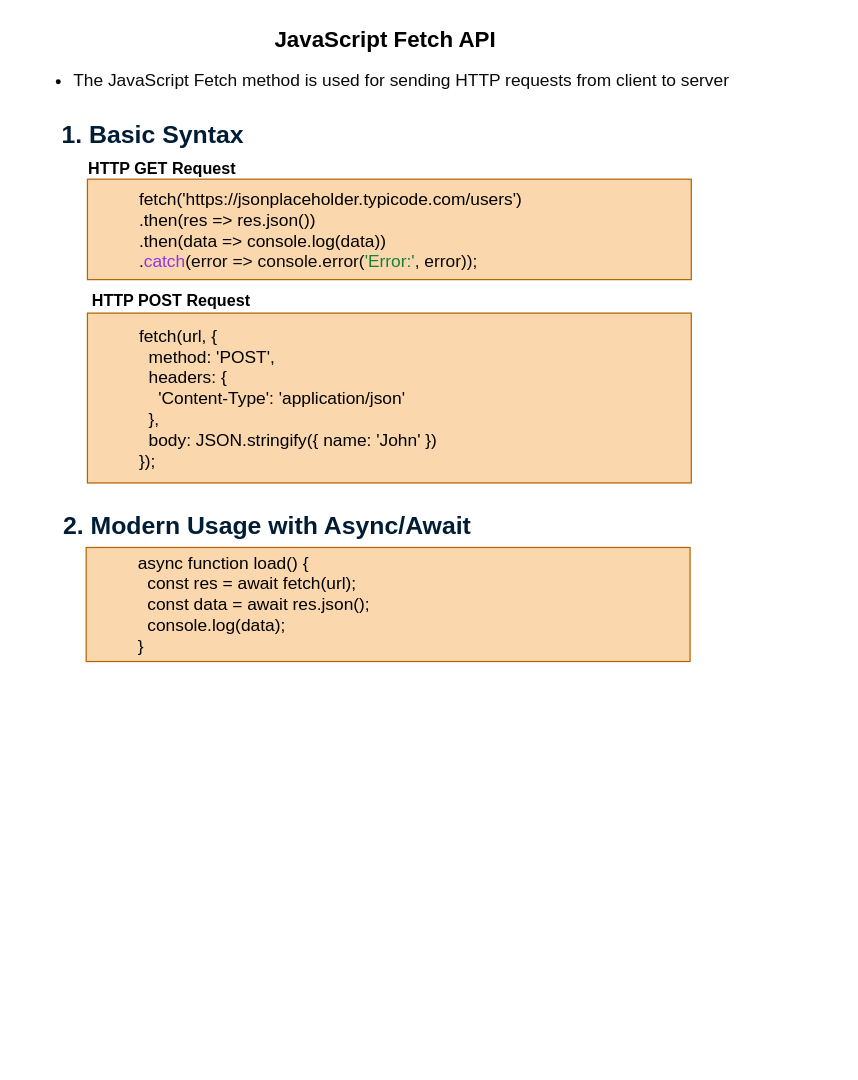
The draw.io diagram page "JS Fetch API" (9 of 10) of JS Client Server.drawio in phyowaihtoon/JavaScriptCourse-Batch1, before the edit. Source tidied: cells renumbered, new cells numbered last; positions are measured from the earlier drawing's top-left corner, leaving out a move shared by most shapes. Both pictures are drawn from the tidied source at 124%, with x=0, y=0 at pixel (21, 21).
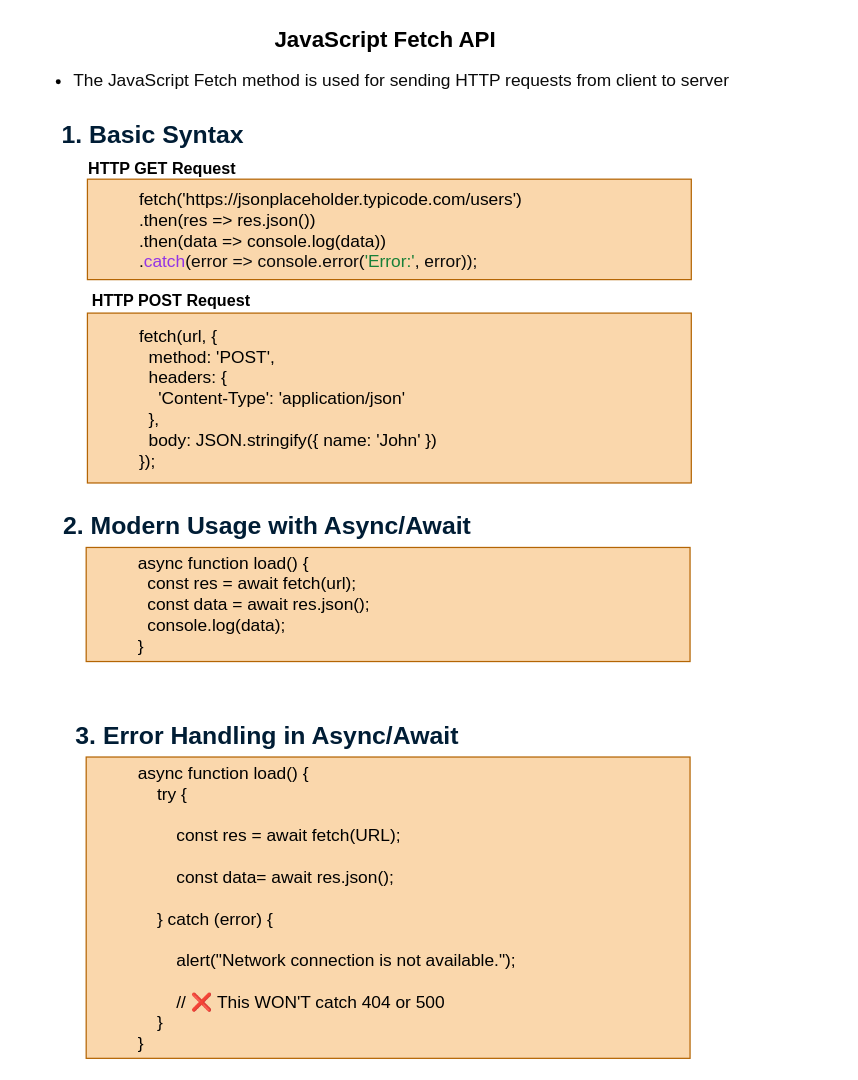
Above is the later version.

What changed in the source:
```diff
@@
 <mxGraphModel>
   <root>
     <mxCell id="0" />
     <mxCell id="1" parent="0" />
     <mxCell id="2" value="JavaScript Fetch API" style="text;html=1;whiteSpace=wrap;strokeColor=none;fillColor=none;align=center;verticalAlign=middle;rounded=0;fontStyle=1;fontSize=18;" parent="1" vertex="1">
       <mxGeometry x="156" width="275" height="30" as="geometry" />
     </mxCell>
     <mxCell id="3" value="&lt;div style=&quot;&quot;&gt;&lt;ul&gt;&lt;li&gt;&lt;span style=&quot;background-color: transparent;&quot;&gt;&lt;font color=&quot;#0a0a0a&quot; face=&quot;Arial, Noto Sans Myanmar UI, sans-serif&quot; style=&quot;font-size: 14px;&quot;&gt;The JavaScript Fetch method is used for sending HTTP requests from client to server&lt;/font&gt;&lt;/span&gt;&lt;/li&gt;&lt;/ul&gt;&lt;/div&gt;" style="text;html=1;whiteSpace=wrap;strokeColor=none;fillColor=none;align=left;verticalAlign=middle;rounded=0;" parent="1" vertex="1">
       <mxGeometry y="32" width="658" height="30" as="geometry" />
     </mxCell>
     <mxCell id="4" value="&lt;span style=&quot;color: rgb(0, 29, 53); font-family: Arial, &amp;quot;Noto Sans Myanmar UI&amp;quot;, sans-serif; font-size: 20px; font-weight: 600; text-align: start; background-color: rgb(255, 255, 255);&quot;&gt;1. Basic Syntax&lt;/span&gt;" style="text;html=1;whiteSpace=wrap;strokeColor=none;fillColor=none;align=center;verticalAlign=middle;rounded=0;" parent="1" vertex="1">
       <mxGeometry x="26" y="75" width="160" height="30" as="geometry" />
     </mxCell>
     <mxCell id="5" value="&lt;blockquote style=&quot;margin: 0 0 0 40px; border: none; padding: 0px;&quot;&gt;&lt;div class=&quot;cm-line&quot;&gt;&lt;font style=&quot;color: rgb(0, 0, 0);&quot;&gt;fetch('https://jsonplaceholder.typicode.com/users')&lt;/font&gt;&lt;/div&gt;&lt;div class=&quot;cm-line&quot;&gt;&lt;font style=&quot;color: rgb(0, 0, 0);&quot;&gt;  .then(res =&amp;gt; res.json())&lt;/font&gt;&lt;/div&gt;&lt;div class=&quot;cm-line&quot;&gt;&lt;font style=&quot;color: rgb(0, 0, 0);&quot;&gt;  .then(data =&amp;gt; console.log(data))&lt;/font&gt;&lt;/div&gt;&lt;div class=&quot;cm-line&quot;&gt;&lt;span class=&quot;undefined&quot; style=&quot;color: light-dark(rgb(10, 10, 10), rgb(229, 229, 229)); background-color: transparent;&quot;&gt;.&lt;/span&gt;&lt;span class=&quot;mexSqb&quot; style=&quot;background-color: transparent; color: rgb(147, 52, 230);&quot;&gt;catch&lt;/span&gt;&lt;span class=&quot;undefined&quot; style=&quot;color: light-dark(rgb(10, 10, 10), rgb(229, 229, 229)); background-color: transparent;&quot;&gt;(error =&amp;gt; console.error(&lt;/span&gt;&lt;span class=&quot;CS0cqb&quot; style=&quot;background-color: transparent; color: rgb(24, 128, 56);&quot;&gt;'Error:'&lt;/span&gt;&lt;span class=&quot;undefined&quot; style=&quot;color: light-dark(rgb(10, 10, 10), rgb(229, 229, 229)); background-color: transparent;&quot;&gt;, error));&lt;/span&gt;&lt;/div&gt;&lt;/blockquote&gt;" style="rounded=0;whiteSpace=wrap;html=1;align=left;fillColor=#fad7ac;strokeColor=#b46504;fontSize=14;" parent="1" vertex="1">
       <mxGeometry x="53" y="127" width="487" height="81" as="geometry" />
     </mxCell>
     <mxCell id="6" value="&lt;div style=&quot;text-align: start;&quot;&gt;&lt;span style=&quot;background-color: transparent; font-size: 20px;&quot;&gt;&lt;font color=&quot;#001d35&quot; face=&quot;Arial, Noto Sans Myanmar UI, sans-serif&quot;&gt;&lt;b&gt;2. Modern Usage with Async/Await&amp;nbsp;&lt;/b&gt;&lt;/font&gt;&lt;/span&gt;&lt;/div&gt;" style="text;html=1;whiteSpace=wrap;strokeColor=none;fillColor=none;align=center;verticalAlign=middle;rounded=0;" parent="1" vertex="1">
       <mxGeometry x="25" y="391" width="352" height="30" as="geometry" />
     </mxCell>
     <mxCell id="7" value="&lt;blockquote style=&quot;margin: 0 0 0 40px; border: none; padding: 0px;&quot;&gt;&lt;div class=&quot;cm-line&quot;&gt;&lt;div class=&quot;cm-line&quot;&gt;async function load() {&lt;/div&gt;&lt;div class=&quot;cm-line&quot;&gt;&amp;nbsp; const res = await fetch(url);&lt;/div&gt;&lt;div class=&quot;cm-line&quot;&gt;&amp;nbsp; const data = await res.json();&lt;/div&gt;&lt;div class=&quot;cm-line&quot;&gt;&amp;nbsp; console.log(data);&lt;/div&gt;&lt;div class=&quot;cm-line&quot;&gt;}&lt;/div&gt;&lt;/div&gt;&lt;/blockquote&gt;" style="rounded=0;whiteSpace=wrap;html=1;align=left;fillColor=#fad7ac;strokeColor=#b46504;fontSize=14;" parent="1" vertex="1">
       <mxGeometry x="52" y="424" width="487" height="92" as="geometry" />
     </mxCell>
     <mxCell id="8" value="&lt;blockquote style=&quot;margin: 0 0 0 40px; border: none; padding: 0px;&quot;&gt;&lt;div class=&quot;cm-line&quot;&gt;&lt;div class=&quot;cm-line&quot;&gt;fetch(url, {&lt;/div&gt;&lt;div class=&quot;cm-line&quot;&gt;&amp;nbsp; method: 'POST',&lt;/div&gt;&lt;div class=&quot;cm-line&quot;&gt;&amp;nbsp; headers: {&lt;/div&gt;&lt;div class=&quot;cm-line&quot;&gt;&amp;nbsp; &amp;nbsp; 'Content-Type': 'application/json'&lt;/div&gt;&lt;div class=&quot;cm-line&quot;&gt;&amp;nbsp; },&lt;/div&gt;&lt;div class=&quot;cm-line&quot;&gt;&amp;nbsp; body: JSON.stringify({ name: 'John' })&lt;/div&gt;&lt;div class=&quot;cm-line&quot;&gt;});&lt;/div&gt;&lt;/div&gt;&lt;/blockquote&gt;" style="rounded=0;whiteSpace=wrap;html=1;align=left;fillColor=#fad7ac;strokeColor=#b46504;fontSize=14;" parent="1" vertex="1">
       <mxGeometry x="53" y="235" width="487" height="137" as="geometry" />
     </mxCell>
     <mxCell id="9" value="HTTP POST Request" style="text;html=1;whiteSpace=wrap;strokeColor=none;fillColor=none;align=left;verticalAlign=middle;rounded=0;fontStyle=1;fontSize=13;" parent="1" vertex="1">
       <mxGeometry x="55" y="210" width="143" height="30" as="geometry" />
     </mxCell>
     <mxCell id="10" value="HTTP GET Request" style="text;html=1;whiteSpace=wrap;strokeColor=none;fillColor=none;align=left;verticalAlign=middle;rounded=0;fontStyle=1;fontSize=13;" parent="1" vertex="1">
       <mxGeometry x="52" y="103" width="127" height="30" as="geometry" />
     </mxCell>
+    <mxCell id="11" value="&lt;div style=&quot;text-align: start;&quot;&gt;&lt;span style=&quot;background-color: transparent; font-size: 20px;&quot;&gt;&lt;font color=&quot;#001d35&quot; face=&quot;Arial, Noto Sans Myanmar UI, sans-serif&quot;&gt;&lt;b&gt;3. Error Handling in Async/Await&amp;nbsp;&lt;/b&gt;&lt;/font&gt;&lt;/span&gt;&lt;/div&gt;" style="text;html=1;whiteSpace=wrap;strokeColor=none;fillColor=none;align=center;verticalAlign=middle;rounded=0;" parent="1" vertex="1">
+      <mxGeometry x="25" y="560" width="352" height="30" as="geometry" />
+    </mxCell>
+    <mxCell id="12" value="&lt;blockquote style=&quot;margin: 0px 0px 0px 40px; border-width: medium; border-style: none; border-color: currentcolor; border-image: initial; padding: 0px;&quot;&gt;&lt;div class=&quot;cm-line&quot;&gt;&lt;div class=&quot;cm-line&quot;&gt;async function load() {&lt;/div&gt;&lt;div class=&quot;cm-line&quot;&gt;&amp;nbsp;&amp;nbsp;&lt;span style=&quot;background-color: transparent;&quot;&gt;&amp;nbsp; try {&lt;/span&gt;&lt;/div&gt;&lt;div class=&quot;cm-line&quot;&gt;&lt;span style=&quot;white-space: normal;&quot;&gt;&lt;span style=&quot;white-space:pre&quot;&gt;&#9;&lt;/span&gt;&lt;/span&gt;&lt;/div&gt;&lt;div class=&quot;cm-line&quot;&gt;&amp;nbsp; &amp;nbsp; &amp;nbsp; &amp;nbsp; const res = await fetch(URL);&amp;nbsp;&lt;/div&gt;&lt;div class=&quot;cm-line&quot;&gt;&lt;span style=&quot;white-space: normal;&quot;&gt;&lt;span style=&quot;white-space:pre&quot;&gt;&#9;&lt;/span&gt;&lt;/span&gt;&lt;/div&gt;&lt;div class=&quot;cm-line&quot;&gt;&amp;nbsp; &amp;nbsp; &amp;nbsp; &amp;nbsp; const data= await res.json();&amp;nbsp;&lt;/div&gt;&lt;div class=&quot;cm-line&quot;&gt;&lt;br&gt;&lt;/div&gt;&lt;div class=&quot;cm-line&quot;&gt;&amp;nbsp; &amp;nbsp; } catch (error) {&lt;/div&gt;&lt;div class=&quot;cm-line&quot;&gt;&amp;nbsp; &amp;nbsp; &amp;nbsp; &amp;nbsp;&amp;nbsp;&lt;/div&gt;&lt;div class=&quot;cm-line&quot;&gt;&lt;span style=&quot;white-space: pre;&quot;&gt;&#9;&lt;/span&gt;alert(&quot;Network connection is not available.&quot;);&lt;/div&gt;&lt;div class=&quot;cm-line&quot;&gt;&lt;br&gt;&lt;/div&gt;&lt;div class=&quot;cm-line&quot;&gt; &lt;span class=&quot;ͼ6&quot;&gt;&lt;span style=&quot;white-space: pre;&quot;&gt;&#9;&lt;/span&gt;// ❌ This WON'T catch 404 or 500&lt;/span&gt;&lt;/div&gt;&lt;div class=&quot;cm-line&quot;&gt;&amp;nbsp; &amp;nbsp; }&lt;/div&gt;&lt;div class=&quot;cm-line&quot;&gt;}&lt;/div&gt;&lt;/div&gt;&lt;/blockquote&gt;" style="rounded=0;whiteSpace=wrap;html=1;align=left;fillColor=#fad7ac;strokeColor=#b46504;fontSize=14;" parent="1" vertex="1">
+      <mxGeometry x="52" y="593" width="487" height="243" as="geometry" />
+    </mxCell>
   </root>
 </mxGraphModel>
```
